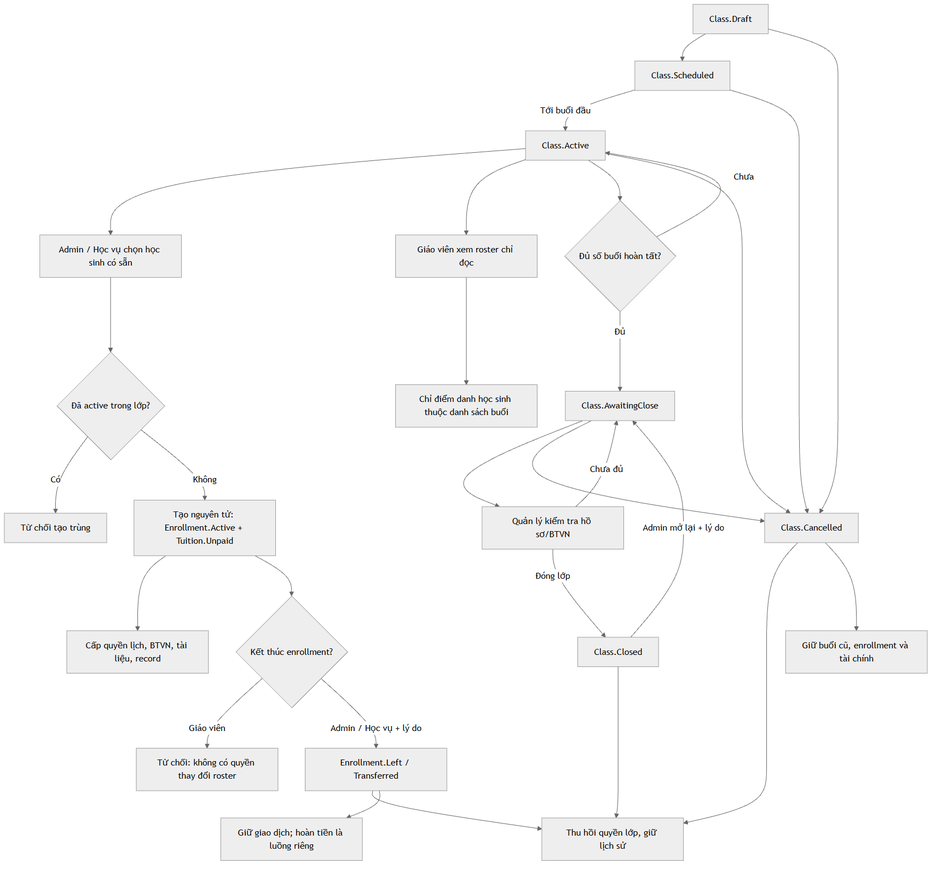
This is docs/flows/rendered/png/FL-06-class-enrollment-lifecycle.png from hieudn2412/class-manage-system, a Mermaid export, as it was before one commit. Its source is kept beside it as docs/flows/sources/FL-06-class-enrollment-lifecycle.mmd.
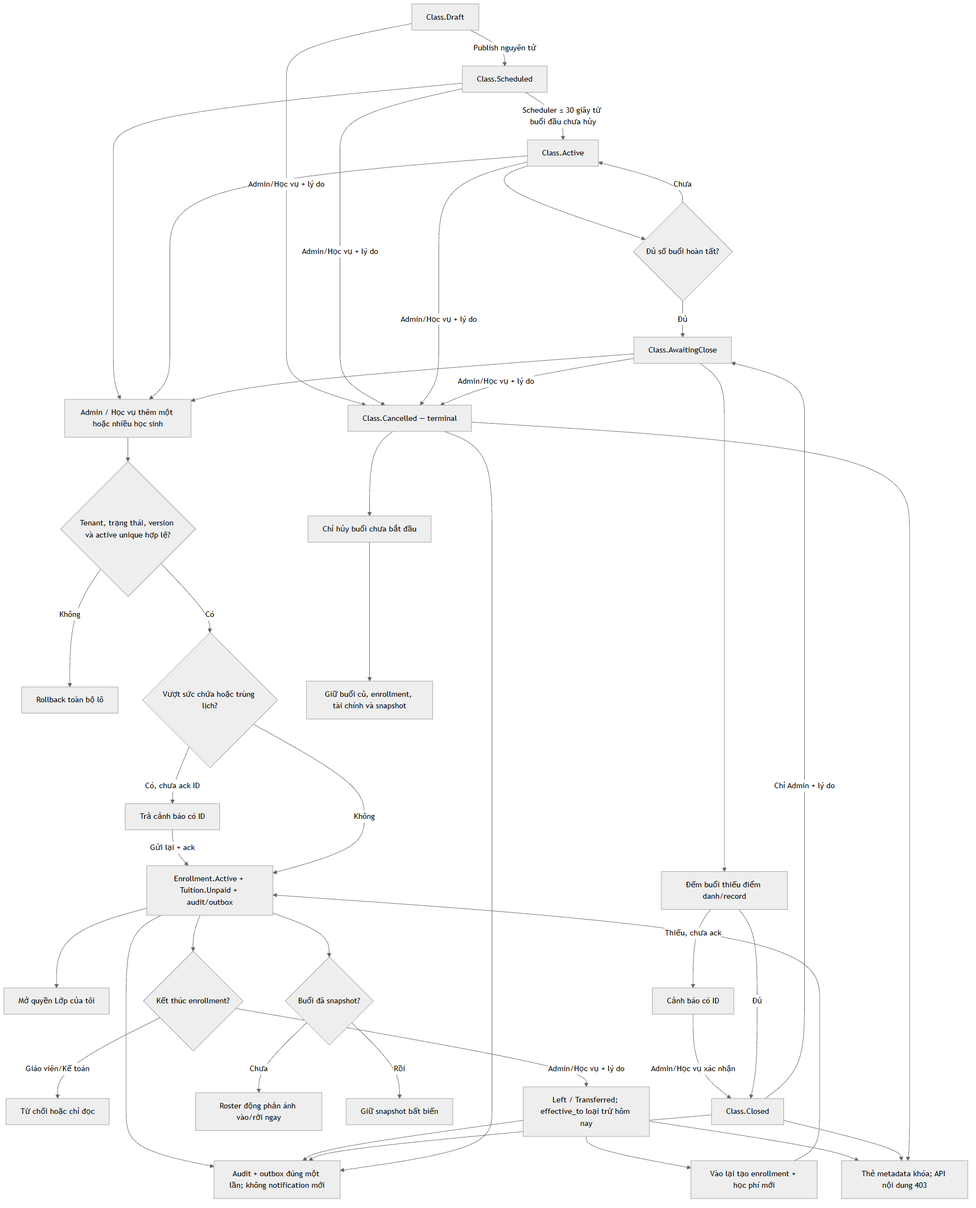
Later version of the same file.

Diff of the diagram source:
```diff
@@ -1,33 +1,40 @@
 flowchart TD
-  DRAFT["Class.Draft"] --> SCHEDULED["Class.Scheduled"]
-  SCHEDULED -->|"Tới buổi đầu"| ACTIVE["Class.Active"]
+  DRAFT["Class.Draft"] -->|"Publish nguyên tử"| SCHEDULED["Class.Scheduled"]
+  SCHEDULED -->|"Scheduler ≤ 30 giây từ buổi đầu chưa hủy"| ACTIVE["Class.Active"]
 
-  ACTIVE --> ADD["Admin / Học vụ chọn học sinh có sẵn"]
-  ADD --> VALID{"Đã active trong lớp?"}
-  VALID -->|Có| DUP["Từ chối tạo trùng"]
-  VALID -->|Không| ENR["Tạo nguyên tử: Enrollment.Active + Tuition.Unpaid"]
-  ENR --> ACCESS["Cấp quyền lịch, BTVN, tài liệu, record"]
-  ACTIVE --> TEACHER["Giáo viên xem roster chỉ đọc"]
-  TEACHER --> ATTEND["Chỉ điểm danh học sinh thuộc danh sách buổi"]
+  SCHEDULED & ACTIVE & AWAIT --> ADD["Admin / Học vụ thêm một hoặc nhiều học sinh"]
+  ADD --> VALID{"Tenant, trạng thái, version và active unique hợp lệ?"}
+  VALID -->|Không| ROLLBACK["Rollback toàn bộ lô"]
+  VALID -->|Có| WARN{"Vượt sức chứa hoặc trùng lịch?"}
+  WARN -->|"Có, chưa ack ID"| CONFIRM["Trả cảnh báo có ID"]
+  CONFIRM -->|"Gửi lại + ack"| ENR["Enrollment.Active + Tuition.Unpaid + audit/outbox"]
+  WARN -->|Không| ENR
+  ENR --> ACCESS["Mở quyền Lớp của tôi"]
 
-  ENR --> REMOVE{"Kết thúc enrollment?"}
-  REMOVE -->|"Giáo viên"| DENY["Từ chối: không có quyền thay đổi roster"]
-  REMOVE -->|"Admin / Học vụ + lý do"| LEFT["Enrollment.Left / Transferred"]
-  LEFT --> REVOKE["Thu hồi quyền lớp, giữ lịch sử"]
-  LEFT --> FINANCE["Giữ giao dịch; hoàn tiền là luồng riêng"]
+  ENR --> END{"Kết thúc enrollment?"}
+  END -->|"Giáo viên/Kế toán"| DENY["Từ chối hoặc chỉ đọc"]
+  END -->|"Admin/Học vụ + lý do"| LEFT["Left / Transferred; effective_to loại trừ hôm nay"]
+  LEFT --> LOCKED["Thẻ metadata khóa; API nội dung 403"]
+  LEFT --> REENTER["Vào lại tạo enrollment + học phí mới"]
+  REENTER --> ENR
+
+  ENR --> ROSTER{"Buổi đã snapshot?"}
+  ROSTER -->|Chưa| DYNAMIC["Roster động phản ánh vào/rời ngay"]
+  ROSTER -->|Rồi| FROZEN["Giữ snapshot bất biến"]
 
   ACTIVE --> PROGRESS{"Đủ số buổi hoàn tất?"}
   PROGRESS -->|Chưa| ACTIVE
   PROGRESS -->|Đủ| AWAIT["Class.AwaitingClose"]
-  AWAIT --> CHECK["Quản lý kiểm tra hồ sơ/BTVN"]
-  CHECK -->|Chưa đủ| AWAIT
-  CHECK -->|Đóng lớp| CLOSED["Class.Closed"]
-  CLOSED --> REVOKE
-  CLOSED -->|"Admin mở lại + lý do"| AWAIT
+  AWAIT --> CHECK["Đếm buổi thiếu điểm danh/record"]
+  CHECK -->|"Thiếu, chưa ack"| CLOSEWARN["Cảnh báo có ID"]
+  CLOSEWARN -->|"Admin/Học vụ xác nhận"| CLOSED["Class.Closed"]
+  CHECK -->|Đủ| CLOSED
+  CLOSED --> LOCKED
+  CLOSED -->|"Chỉ Admin + lý do"| AWAIT
 
-  DRAFT --> CANCEL["Class.Cancelled"]
-  SCHEDULED --> CANCEL
-  ACTIVE --> CANCEL
-  AWAIT --> CANCEL
-  CANCEL --> REVOKE
-  CANCEL --> KEEP["Giữ buổi cũ, enrollment và tài chính"]
+  DRAFT & SCHEDULED & ACTIVE & AWAIT -->|"Admin/Học vụ + lý do"| CANCEL["Class.Cancelled — terminal"]
+  CANCEL --> FUTURE["Chỉ hủy buổi chưa bắt đầu"]
+  FUTURE --> KEEP["Giữ buổi cũ, enrollment, tài chính và snapshot"]
+  CANCEL --> LOCKED
+
+  ENR & LEFT & CLOSED & CANCEL --> AUDIT["Audit + outbox đúng một lần; không notification mới"]
```
